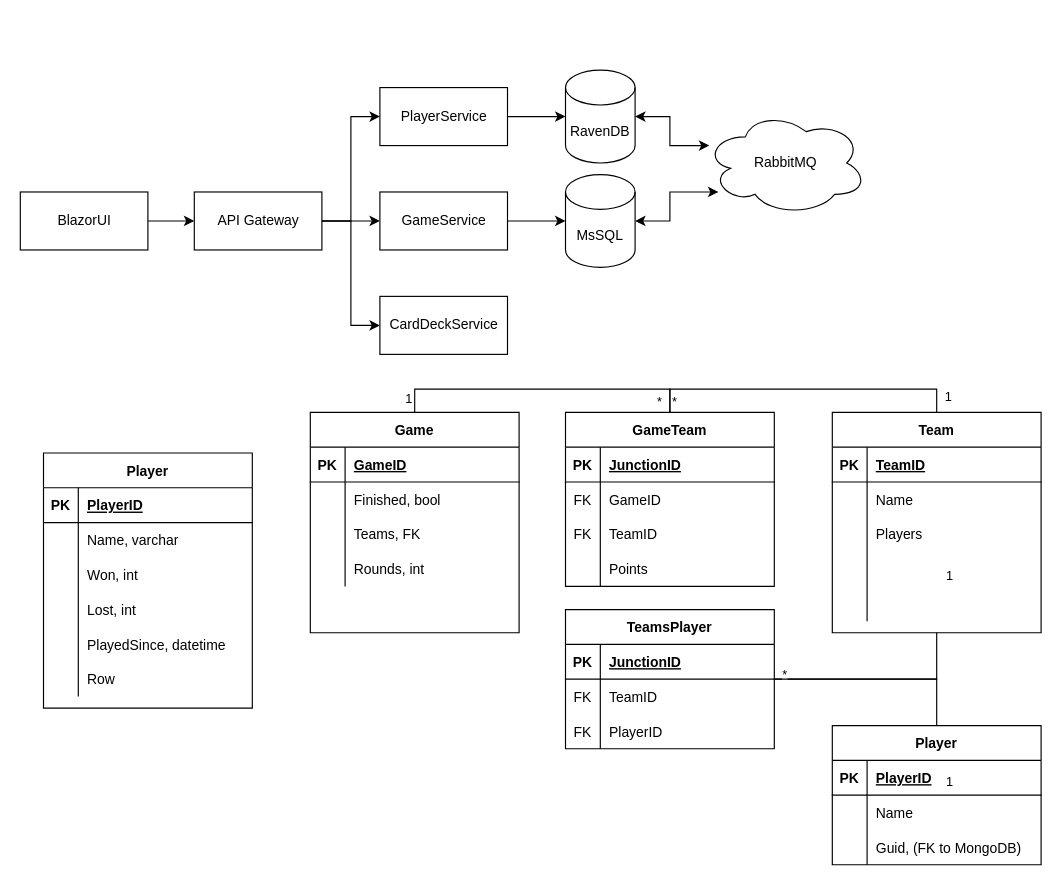
Earlier version of the draw.io diagram Diagrams.drawio (JesperlaCour/Canastic). Source tidied: cells renumbered, new cells numbered last; positions are measured from the earlier drawing's top-left corner, leaving out a move shared by most shapes. Both pictures are drawn from the tidied source at 116%, with x=0, y=0 at pixel (20, 70).
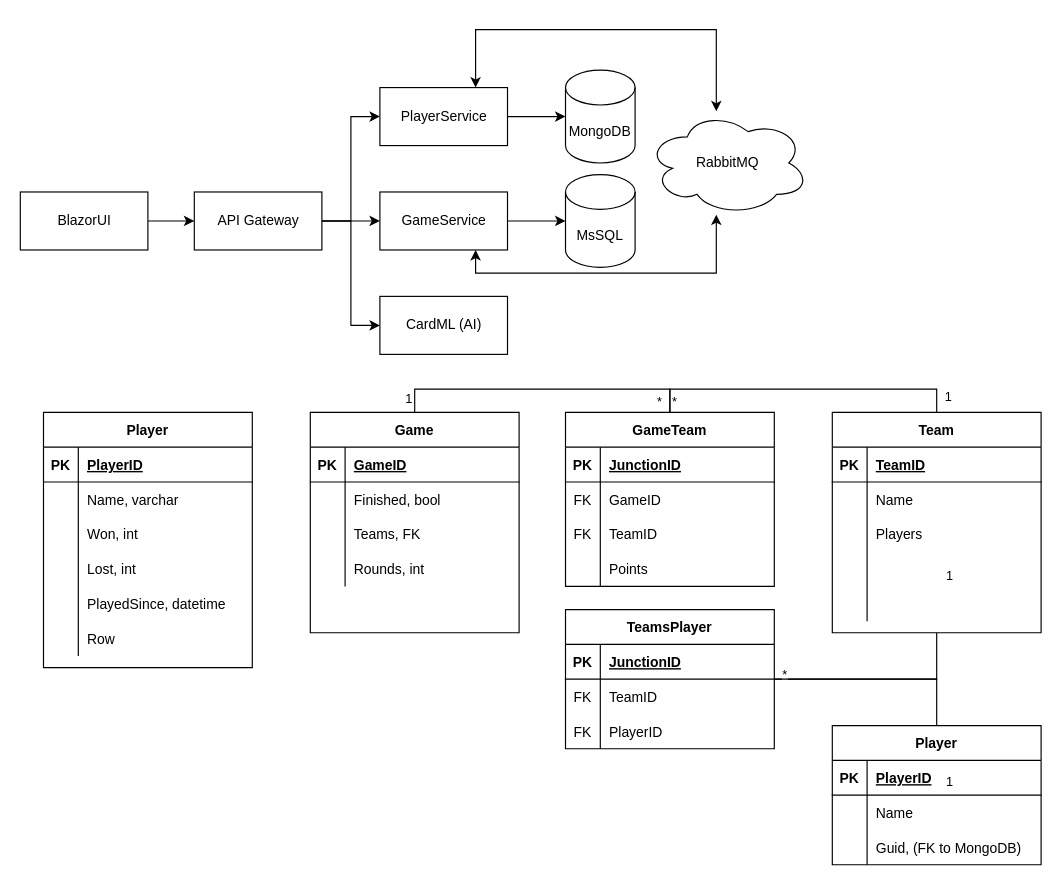
The same diagram, later.

Unchanged cells that the change refers to:
```xml
<mxCell id="7" value="PlayerService" style="html=1;" parent="1" vertex="1">
  <mxGeometry x="310" y="15" width="110" height="50" as="geometry" />
</mxCell>
<mxCell id="10" value="GameService" style="html=1;" parent="1" vertex="1">
  <mxGeometry x="310" y="105" width="110" height="50" as="geometry" />
</mxCell>
<mxCell id="15" value="MsSQL" style="shape=cylinder3;whiteSpace=wrap;html=1;boundedLbl=1;backgroundOutline=1;size=15;direction=east;" parent="1" vertex="1">
  <mxGeometry x="470" y="90" width="60" height="80" as="geometry" />
</mxCell>
```

The edit, as a diff of the source:
```diff
@@
-    <mxCell id="12" value="CardDeckService" style="html=1;" parent="1" vertex="1">
+    <mxCell id="12" value="CardML (AI)" style="html=1;" parent="1" vertex="1">
       <mxGeometry x="310" y="195" width="110" height="50" as="geometry" />
     </mxCell>
-    <mxCell id="13" value="RavenDB" style="shape=cylinder3;whiteSpace=wrap;html=1;boundedLbl=1;backgroundOutline=1;size=15;direction=east;" parent="1" vertex="1">
+    <mxCell id="13" value="MongoDB" style="shape=cylinder3;whiteSpace=wrap;html=1;boundedLbl=1;backgroundOutline=1;size=15;direction=east;" parent="1" vertex="1">
       <mxGeometry x="470" width="60" height="80" as="geometry" />
     </mxCell>
-    <mxCell id="14" style="edgeStyle=orthogonalEdgeStyle;rounded=0;jettySize=auto;html=1;startArrow=classic;startFill=1;endArrow=classic;endFill=1;" parent="1" edge="1" source="15" target="17">
+    <mxCell id="14" style="edgeStyle=orthogonalEdgeStyle;rounded=0;jettySize=auto;html=1;startArrow=classic;startFill=1;endArrow=classic;endFill=1;exitX=0.75;exitY=1;exitDx=0;exitDy=0;" parent="1" edge="1" source="10" target="17">
       <mxGeometry relative="1" as="geometry">
         <Array as="points">
-          <mxPoint x="560" y="130" />
-          <mxPoint x="560" y="105" />
+          <mxPoint x="393" y="175" />
+          <mxPoint x="600" y="175" />
         </Array>
       </mxGeometry>
     </mxCell>
@@
-    <mxCell id="16" style="edgeStyle=orthogonalEdgeStyle;rounded=0;jettySize=auto;html=1;entryX=1;entryY=0.5;entryDx=0;entryDy=0;entryPerimeter=0;startArrow=classic;startFill=1;endArrow=classic;endFill=1;" parent="1" edge="1" source="17" target="13">
+    <mxCell id="16" style="edgeStyle=orthogonalEdgeStyle;rounded=0;jettySize=auto;html=1;entryX=0.75;entryY=0;entryDx=0;entryDy=0;startArrow=classic;startFill=1;endArrow=classic;endFill=1;" parent="1" edge="1" source="17" target="7">
       <mxGeometry relative="1" as="geometry">
         <Array as="points">
-          <mxPoint x="560" y="65" />
-          <mxPoint x="560" y="40" />
+          <mxPoint x="600" y="-35" />
+          <mxPoint x="393" y="-35" />
         </Array>
       </mxGeometry>
     </mxCell>
     <mxCell id="17" value="RabbitMQ" style="ellipse;shape=cloud;whiteSpace=wrap;html=1;" parent="1" vertex="1">
-      <mxGeometry x="590" y="35" width="140" height="90" as="geometry" />
+      <mxGeometry x="540" y="35" width="140" height="90" as="geometry" />
     </mxCell>
     <mxCell id="18" value="Player" style="shape=table;startSize=30;childLayout=tableLayout;rowLines=0;fontStyle=1;align=center;" parent="1" vertex="1">
-      <mxGeometry x="20" y="330" width="180" height="220" as="geometry" />
+      <mxGeometry x="20" y="295" width="180" height="220" as="geometry" />
     </mxCell>
```
